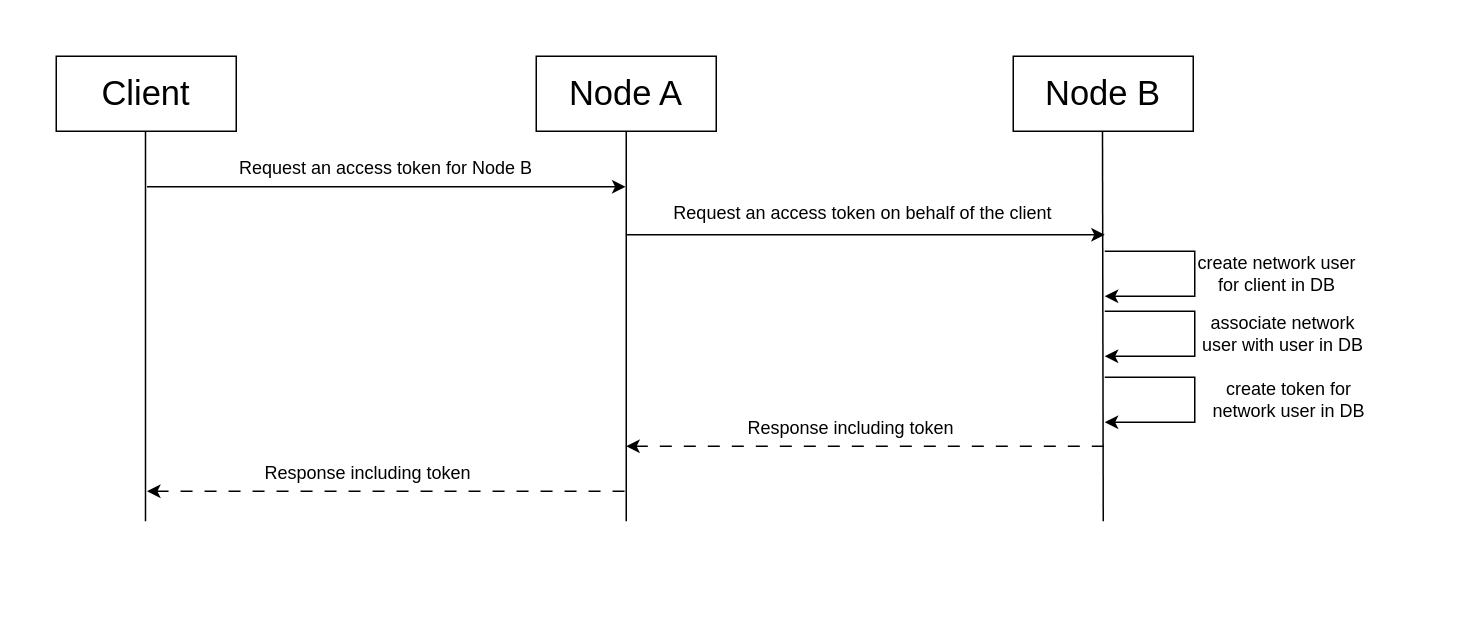
Above: docs/_static/network-token-request-flow.drawio in Ouranosinc/Magpie (draw.io), before the change. Source tidied: cells renumbered, new cells numbered last; positions are measured from the earlier drawing's top-left corner, leaving out a move shared by most shapes. Both pictures are drawn from the tidied source at 150%, with x=0, y=0 at pixel (56, 56).
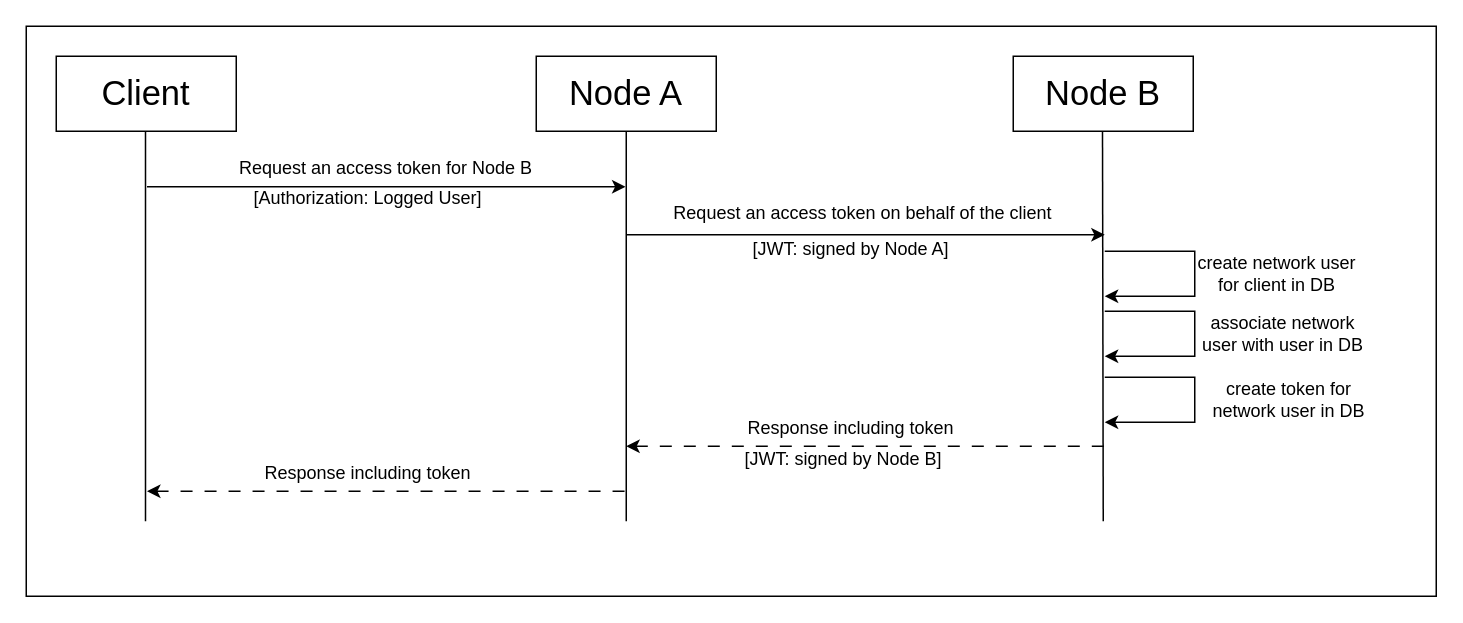
Above is the later version.

Change to the diagram source:
```diff
@@
+    <mxCell id="22" style="rounded=0;whiteSpace=wrap;html=1;" parent="1" vertex="1">
+      <mxGeometry x="-20" y="-20" width="940" height="380" as="geometry" />
+    </mxCell>
@@
+    <mxCell id="23" value="[Authorization: Logged User]" style="text;html=1;whiteSpace=wrap;strokeColor=none;fillColor=none;align=center;verticalAlign=middle;rounded=0;" parent="1" vertex="1">
+      <mxGeometry x="112.5" y="80" width="190" height="30" as="geometry" />
+    </mxCell>
+    <mxCell id="24" value="[JWT: signed by Node A]" style="text;html=1;whiteSpace=wrap;strokeColor=none;fillColor=none;align=center;verticalAlign=middle;rounded=0;" parent="1" vertex="1">
+      <mxGeometry x="445" y="114" width="170" height="30" as="geometry" />
+    </mxCell>
+    <mxCell id="25" value="[JWT: signed by Node B]" style="text;html=1;whiteSpace=wrap;strokeColor=none;fillColor=none;align=center;verticalAlign=middle;rounded=0;" parent="1" vertex="1">
+      <mxGeometry x="440" y="254" width="170" height="30" as="geometry" />
+    </mxCell>
```
